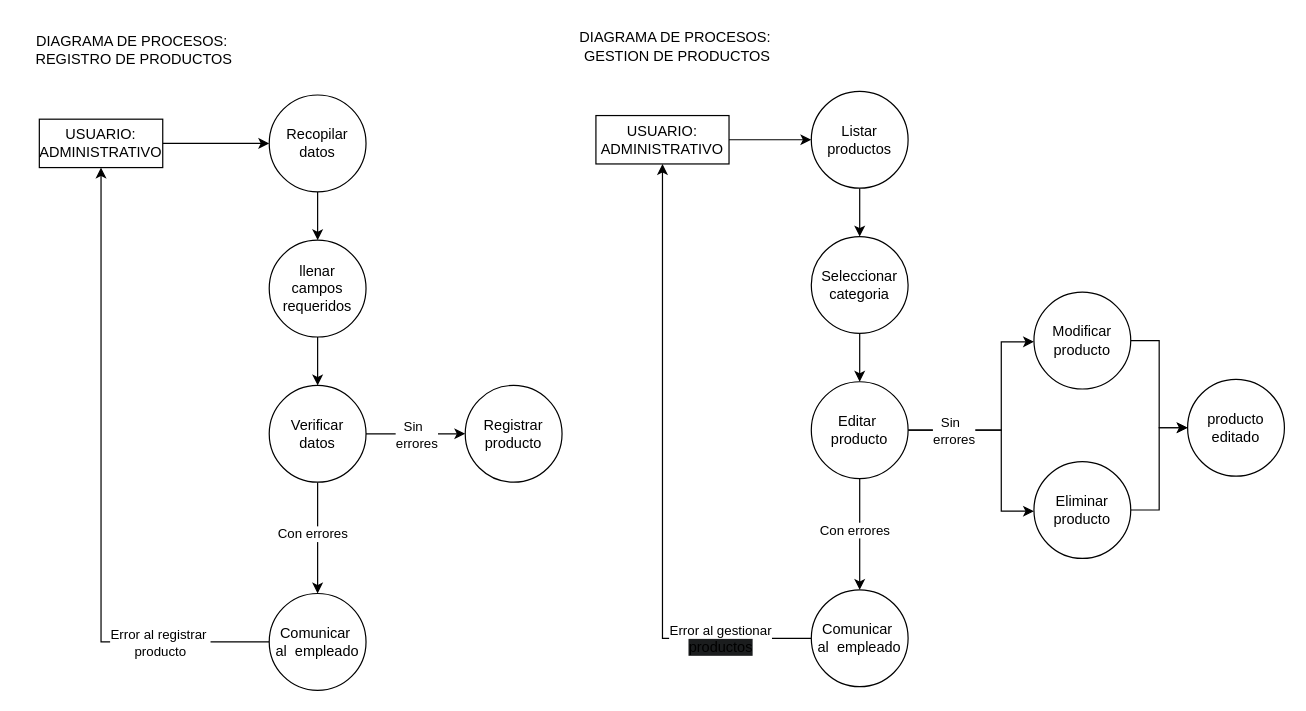
The draw.io diagram page "REGISTRAR PRODUCTOS" (4 of 6) of diagrama de procesos/Diagrama de procesos.drawio in DevMaik-Droid/SistemaVentas, before the edit. Source tidied: cells renumbered, new cells numbered last; positions are measured from the earlier drawing's top-left corner, leaving out a move shared by most shapes. Both pictures are drawn from the tidied source at 121%, with x=0, y=0 at pixel (24, 21).
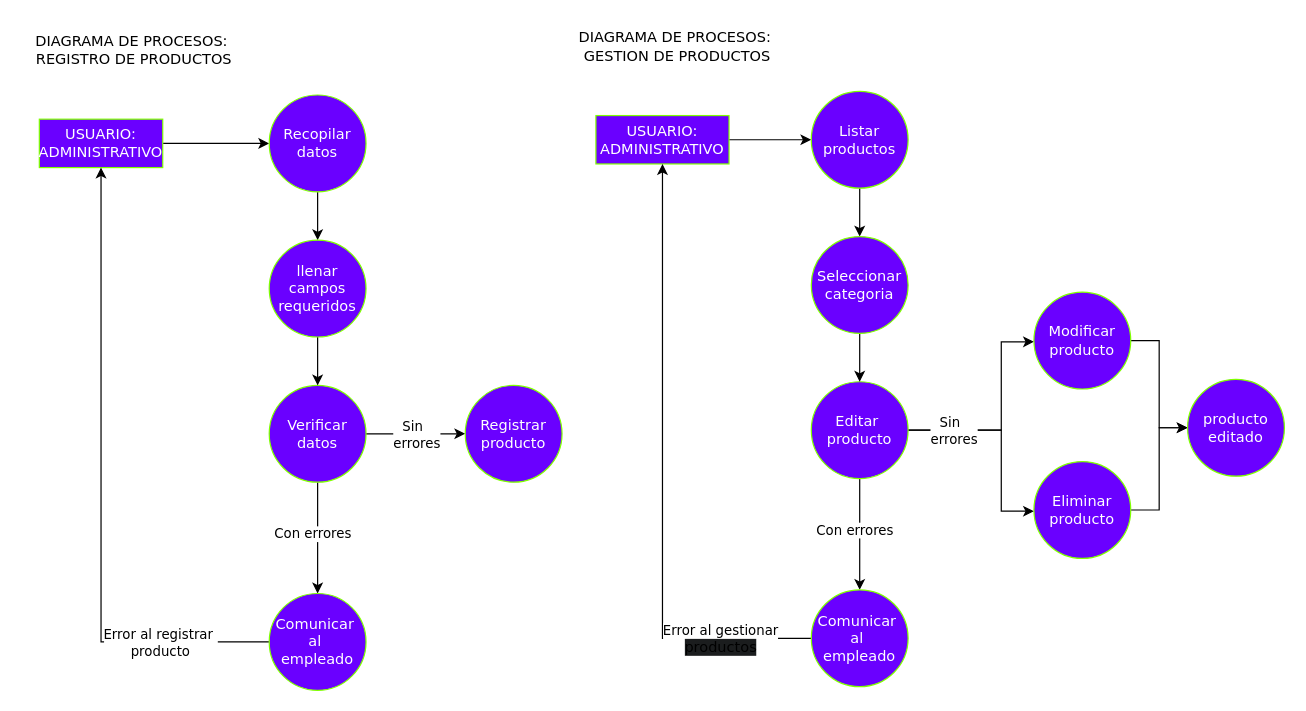
The same diagram, later.

Diff of the diagram source:
```diff
@@
-    <mxCell id="2" value="DIAGRAMA DE PROCESOS:&amp;nbsp;&lt;div&gt;&lt;span style=&quot;background-color: initial;&quot;&gt;REGISTRO DE PRODUCTOS&lt;/span&gt;&lt;/div&gt;" style="text;html=1;align=center;verticalAlign=middle;strokeColor=none;fillColor=none;" parent="1" vertex="1">
-      <mxGeometry y="3" width="180" height="41" as="geometry" />
+    <mxCell id="2" value="DIAGRAMA DE PROCESOS:&amp;nbsp;&lt;div&gt;&lt;span style=&quot;background-color: initial;&quot;&gt;REGISTRO DE PRODUCTOS&lt;/span&gt;&lt;/div&gt;" style="text;html=1;align=center;verticalAlign=middle;strokeColor=none;fillColor=none;fontFamily=Verdana;" parent="1" vertex="1">
+      <mxGeometry x="-3" y="3" width="186" height="41" as="geometry" />
     </mxCell>
-    <mxCell id="3" style="edgeStyle=orthogonalEdgeStyle;rounded=0;jettySize=auto;html=1;" parent="1" edge="1" source="4" target="6">
+    <mxCell id="3" style="edgeStyle=orthogonalEdgeStyle;rounded=0;jettySize=auto;html=1;fontFamily=Verdana;" parent="1" edge="1" source="4" target="6">
       <mxGeometry relative="1" as="geometry" />
     </mxCell>
-    <mxCell id="4" value="USUARIO:&lt;div&gt;ADMINISTRATIVO&lt;/div&gt;" style="whiteSpace=wrap;html=1;" parent="1" vertex="1">
+    <mxCell id="4" value="USUARIO:&lt;div&gt;ADMINISTRATIVO&lt;/div&gt;" style="whiteSpace=wrap;html=1;fillColor=#6a00ff;fontColor=#ffffff;strokeColor=#80FF00;fontFamily=Verdana;" parent="1" vertex="1">
       <mxGeometry x="12" y="81" width="102" height="40" as="geometry" />
     </mxCell>
-    <mxCell id="5" style="edgeStyle=orthogonalEdgeStyle;rounded=0;jettySize=auto;html=1;" parent="1" edge="1" source="6" target="17">
+    <mxCell id="5" style="edgeStyle=orthogonalEdgeStyle;rounded=0;jettySize=auto;html=1;fontFamily=Verdana;" parent="1" edge="1" source="6" target="17">
       <mxGeometry relative="1" as="geometry" />
     </mxCell>
-    <mxCell id="6" value="&lt;div&gt;Recopilar&lt;/div&gt;&lt;div&gt;datos&lt;/div&gt;" style="ellipse;whiteSpace=wrap;html=1;" parent="1" vertex="1">
+    <mxCell id="6" value="&lt;div&gt;Recopilar&lt;/div&gt;&lt;div&gt;datos&lt;/div&gt;" style="ellipse;whiteSpace=wrap;html=1;fillColor=#6a00ff;fontColor=#ffffff;strokeColor=#80FF00;fontFamily=Verdana;" parent="1" vertex="1">
       <mxGeometry x="202" y="61" width="80" height="80" as="geometry" />
     </mxCell>
-    <mxCell id="7" style="edgeStyle=orthogonalEdgeStyle;rounded=0;jettySize=auto;html=1;" parent="1" edge="1" source="11" target="14">
+    <mxCell id="7" style="edgeStyle=orthogonalEdgeStyle;rounded=0;jettySize=auto;html=1;fontFamily=Verdana;" parent="1" edge="1" source="11" target="14">
       <mxGeometry relative="1" as="geometry" />
     </mxCell>
-    <mxCell id="8" value="Con errores" style="edgeLabel;html=1;align=center;verticalAlign=middle;" parent="7" vertex="1">
+    <mxCell id="8" value="Con errores" style="edgeLabel;html=1;align=center;verticalAlign=middle;fontFamily=Verdana;" parent="7" vertex="1">
       <mxGeometry x="-0.39" y="-4" relative="1" as="geometry">
         <mxPoint x="-1" y="14" as="offset" />
       </mxGeometry>
     </mxCell>
-    <mxCell id="9" style="edgeStyle=orthogonalEdgeStyle;rounded=0;jettySize=auto;html=1;" parent="1" edge="1" source="11" target="15">
+    <mxCell id="9" style="edgeStyle=orthogonalEdgeStyle;rounded=0;jettySize=auto;html=1;fontFamily=Verdana;" parent="1" edge="1" source="11" target="15">
       <mxGeometry relative="1" as="geometry" />
     </mxCell>
-    <mxCell id="10" value="Sin&amp;nbsp;&amp;nbsp;&lt;div&gt;errores&lt;/div&gt;" style="edgeLabel;html=1;align=center;verticalAlign=middle;" parent="9" vertex="1">
+    <mxCell id="10" value="Sin&amp;nbsp;&amp;nbsp;&lt;div&gt;errores&lt;/div&gt;" style="edgeLabel;html=1;align=center;verticalAlign=middle;fontFamily=Verdana;" parent="9" vertex="1">
       <mxGeometry x="-0.25" y="-2" relative="1" as="geometry">
         <mxPoint x="10" y="-2" as="offset" />
       </mxGeometry>
     </mxCell>
-    <mxCell id="11" value="Verificar&lt;div&gt;datos&lt;/div&gt;" style="ellipse;whiteSpace=wrap;html=1;" parent="1" vertex="1">
+    <mxCell id="11" value="Verificar&lt;div&gt;datos&lt;/div&gt;" style="ellipse;whiteSpace=wrap;html=1;fillColor=#6a00ff;fontColor=#ffffff;strokeColor=#80FF00;fontFamily=Verdana;" parent="1" vertex="1">
       <mxGeometry x="202" y="301" width="80" height="80" as="geometry" />
     </mxCell>
-    <mxCell id="12" style="edgeStyle=orthogonalEdgeStyle;rounded=0;jettySize=auto;html=1;exitX=0;exitY=0.5;exitDx=0;exitDy=0;entryX=0.5;entryY=1;entryDx=0;entryDy=0;" parent="1" edge="1" source="14" target="4">
+    <mxCell id="12" style="edgeStyle=orthogonalEdgeStyle;rounded=0;jettySize=auto;html=1;exitX=0;exitY=0.5;exitDx=0;exitDy=0;entryX=0.5;entryY=1;entryDx=0;entryDy=0;fontFamily=Verdana;" parent="1" edge="1" source="14" target="4">
       <mxGeometry relative="1" as="geometry" />
     </mxCell>
-    <mxCell id="13" value="Error al registrar&amp;nbsp;&lt;div&gt;producto&lt;/div&gt;" style="edgeLabel;html=1;align=center;verticalAlign=middle;" parent="12" vertex="1">
+    <mxCell id="13" value="Error al registrar&amp;nbsp;&lt;div&gt;producto&lt;/div&gt;" style="edgeLabel;html=1;align=center;verticalAlign=middle;fontFamily=Verdana;" parent="12" vertex="1">
       <mxGeometry x="-0.55" y="-4" relative="1" as="geometry">
         <mxPoint x="28" y="4" as="offset" />
       </mxGeometry>
     </mxCell>
-    <mxCell id="14" value="Comunicar&amp;nbsp;&lt;div&gt;al&amp;nbsp; empleado&lt;/div&gt;" style="ellipse;whiteSpace=wrap;html=1;" parent="1" vertex="1">
+    <mxCell id="14" value="Comunicar&amp;nbsp;&lt;div&gt;al&amp;nbsp; empleado&lt;/div&gt;" style="ellipse;whiteSpace=wrap;html=1;fillColor=#6a00ff;fontColor=#ffffff;strokeColor=#80FF00;fontFamily=Verdana;" parent="1" vertex="1">
       <mxGeometry x="202" y="473" width="80" height="80" as="geometry" />
     </mxCell>
-    <mxCell id="15" value="Registrar&lt;div&gt;producto&lt;/div&gt;" style="ellipse;whiteSpace=wrap;html=1;" parent="1" vertex="1">
+    <mxCell id="15" value="Registrar&lt;div&gt;producto&lt;/div&gt;" style="ellipse;whiteSpace=wrap;html=1;fillColor=#6a00ff;fontColor=#ffffff;strokeColor=#80FF00;fontFamily=Verdana;" parent="1" vertex="1">
       <mxGeometry x="364" y="301" width="80" height="80" as="geometry" />
     </mxCell>
-    <mxCell id="16" style="edgeStyle=orthogonalEdgeStyle;rounded=0;jettySize=auto;html=1;" parent="1" edge="1" source="17" target="11">
+    <mxCell id="16" style="edgeStyle=orthogonalEdgeStyle;rounded=0;jettySize=auto;html=1;fontFamily=Verdana;" parent="1" edge="1" source="17" target="11">
       <mxGeometry relative="1" as="geometry" />
     </mxCell>
-    <mxCell id="17" value="&lt;div&gt;llenar&lt;/div&gt;&lt;div&gt;campos requeridos&lt;/div&gt;" style="ellipse;whiteSpace=wrap;html=1;" parent="1" vertex="1">
+    <mxCell id="17" value="&lt;div&gt;llenar&lt;/div&gt;&lt;div&gt;campos requeridos&lt;/div&gt;" style="ellipse;whiteSpace=wrap;html=1;fillColor=#6a00ff;fontColor=#ffffff;strokeColor=#80FF00;fontFamily=Verdana;" parent="1" vertex="1">
       <mxGeometry x="202" y="181" width="80" height="80" as="geometry" />
     </mxCell>
-    <mxCell id="18" value="DIAGRAMA DE PROCESOS:&amp;nbsp;&lt;div&gt;&lt;span style=&quot;background-color: initial;&quot;&gt;GESTION DE PRODUCTOS&lt;/span&gt;&lt;/div&gt;" style="text;html=1;align=center;verticalAlign=middle;strokeColor=none;fillColor=none;" parent="1" vertex="1">
-      <mxGeometry x="449" width="179" height="41" as="geometry" />
+    <mxCell id="18" value="DIAGRAMA DE PROCESOS:&amp;nbsp;&lt;div&gt;&lt;span style=&quot;background-color: initial;&quot;&gt;GESTION DE PRODUCTOS&lt;/span&gt;&lt;/div&gt;" style="text;html=1;align=center;verticalAlign=middle;strokeColor=none;fillColor=none;fontFamily=Verdana;" parent="1" vertex="1">
+      <mxGeometry x="446" width="186" height="41" as="geometry" />
     </mxCell>
-    <mxCell id="19" style="edgeStyle=orthogonalEdgeStyle;rounded=0;jettySize=auto;html=1;" parent="1" edge="1" source="20" target="22">
+    <mxCell id="19" style="edgeStyle=orthogonalEdgeStyle;rounded=0;jettySize=auto;html=1;fontFamily=Verdana;" parent="1" edge="1" source="20" target="22">
       <mxGeometry relative="1" as="geometry" />
     </mxCell>
-    <mxCell id="20" value="USUARIO:&lt;div&gt;ADMINISTRATIVO&lt;/div&gt;" style="whiteSpace=wrap;html=1;" parent="1" vertex="1">
+    <mxCell id="20" value="USUARIO:&lt;div&gt;ADMINISTRATIVO&lt;/div&gt;" style="whiteSpace=wrap;html=1;fillColor=#6a00ff;fontColor=#ffffff;strokeColor=#80FF00;fontFamily=Verdana;" parent="1" vertex="1">
       <mxGeometry x="472" y="78" width="110" height="40" as="geometry" />
     </mxCell>
-    <mxCell id="21" style="edgeStyle=orthogonalEdgeStyle;rounded=0;jettySize=auto;html=1;" parent="1" edge="1" source="22" target="35">
+    <mxCell id="21" style="edgeStyle=orthogonalEdgeStyle;rounded=0;jettySize=auto;html=1;fontFamily=Verdana;" parent="1" edge="1" source="22" target="35">
       <mxGeometry relative="1" as="geometry" />
     </mxCell>
-    <mxCell id="22" value="Listar&lt;div&gt;productos&lt;/div&gt;" style="ellipse;whiteSpace=wrap;html=1;" parent="1" vertex="1">
+    <mxCell id="22" value="Listar&lt;div&gt;productos&lt;/div&gt;" style="ellipse;whiteSpace=wrap;html=1;fillColor=#6a00ff;fontColor=#ffffff;strokeColor=#80FF00;fontFamily=Verdana;" parent="1" vertex="1">
       <mxGeometry x="650" y="58" width="80" height="80" as="geometry" />
     </mxCell>
-    <mxCell id="23" style="edgeStyle=orthogonalEdgeStyle;rounded=0;jettySize=auto;html=1;" parent="1" edge="1" source="28" target="31">
+    <mxCell id="23" style="edgeStyle=orthogonalEdgeStyle;rounded=0;jettySize=auto;html=1;fontFamily=Verdana;" parent="1" edge="1" source="28" target="31">
       <mxGeometry relative="1" as="geometry" />
     </mxCell>
-    <mxCell id="24" value="Con errores" style="edgeLabel;html=1;align=center;verticalAlign=middle;" parent="23" vertex="1">
+    <mxCell id="24" value="Con errores" style="edgeLabel;html=1;align=center;verticalAlign=middle;fontFamily=Verdana;" parent="23" vertex="1">
       <mxGeometry x="-0.39" y="-4" relative="1" as="geometry">
         <mxPoint x="-1" y="14" as="offset" />
       </mxGeometry>
     </mxCell>
-    <mxCell id="25" style="edgeStyle=orthogonalEdgeStyle;rounded=0;jettySize=auto;html=1;" parent="1" edge="1" source="28" target="33">
+    <mxCell id="25" style="edgeStyle=orthogonalEdgeStyle;rounded=0;jettySize=auto;html=1;fontFamily=Verdana;" parent="1" edge="1" source="28" target="33">
       <mxGeometry relative="1" as="geometry">
         <Array as="points">
           <mxPoint x="807" y="338" />
           <mxPoint x="807" y="265" />
         </Array>
       </mxGeometry>
     </mxCell>
-    <mxCell id="26" style="edgeStyle=orthogonalEdgeStyle;rounded=0;jettySize=auto;html=1;" parent="1" edge="1" source="28" target="37">
+    <mxCell id="26" style="edgeStyle=orthogonalEdgeStyle;rounded=0;jettySize=auto;html=1;fontFamily=Verdana;" parent="1" edge="1" source="28" target="37">
       <mxGeometry relative="1" as="geometry">
         <Array as="points">
           <mxPoint x="807" y="338" />
           <mxPoint x="807" y="405" />
         </Array>
       </mxGeometry>
     </mxCell>
-    <mxCell id="27" value="Sin&amp;nbsp;&amp;nbsp;&lt;div&gt;errores&lt;/div&gt;" style="edgeLabel;html=1;align=center;verticalAlign=middle;" parent="26" vertex="1">
+    <mxCell id="27" value="Sin&amp;nbsp;&amp;nbsp;&lt;div&gt;errores&lt;/div&gt;" style="edgeLabel;html=1;align=center;verticalAlign=middle;fontFamily=Verdana;" parent="26" vertex="1">
       <mxGeometry x="-0.46" relative="1" as="geometry">
         <mxPoint x="-9" as="offset" />
       </mxGeometry>
     </mxCell>
-    <mxCell id="28" value="Editar&amp;nbsp;&lt;div&gt;producto&lt;/div&gt;" style="ellipse;whiteSpace=wrap;html=1;" parent="1" vertex="1">
+    <mxCell id="28" value="Editar&amp;nbsp;&lt;div&gt;producto&lt;/div&gt;" style="ellipse;whiteSpace=wrap;html=1;fillColor=#6a00ff;fontColor=#ffffff;strokeColor=#80FF00;fontFamily=Verdana;" parent="1" vertex="1">
       <mxGeometry x="650" y="298" width="80" height="80" as="geometry" />
     </mxCell>
-    <mxCell id="29" style="edgeStyle=orthogonalEdgeStyle;rounded=0;jettySize=auto;html=1;exitX=0;exitY=0.5;exitDx=0;exitDy=0;entryX=0.5;entryY=1;entryDx=0;entryDy=0;" parent="1" edge="1" source="31" target="20">
+    <mxCell id="29" style="edgeStyle=orthogonalEdgeStyle;rounded=0;jettySize=auto;html=1;exitX=0;exitY=0.5;exitDx=0;exitDy=0;entryX=0.5;entryY=1;entryDx=0;entryDy=0;fontFamily=Verdana;" parent="1" edge="1" source="31" target="20">
       <mxGeometry relative="1" as="geometry" />
     </mxCell>
-    <mxCell id="30" value="Error al gestionar&lt;div&gt;&lt;span style=&quot;background-color: rgb(27, 29, 30); font-size: 12px; text-wrap: wrap;&quot;&gt;productos&lt;/span&gt;&lt;/div&gt;" style="edgeLabel;html=1;align=center;verticalAlign=middle;" parent="29" vertex="1">
+    <mxCell id="30" value="Error al gestionar&lt;div&gt;&lt;span style=&quot;background-color: rgb(27, 29, 30); font-size: 12px; text-wrap: wrap;&quot;&gt;productos&lt;/span&gt;&lt;/div&gt;" style="edgeLabel;html=1;align=center;verticalAlign=middle;fontFamily=Verdana;" parent="29" vertex="1">
       <mxGeometry x="-0.55" y="-4" relative="1" as="geometry">
         <mxPoint x="40" y="4" as="offset" />
       </mxGeometry>
     </mxCell>
-    <mxCell id="31" value="Comunicar&amp;nbsp;&lt;div&gt;al&amp;nbsp; empleado&lt;/div&gt;" style="ellipse;whiteSpace=wrap;html=1;" parent="1" vertex="1">
+    <mxCell id="31" value="Comunicar&amp;nbsp;&lt;div&gt;al&amp;nbsp; empleado&lt;/div&gt;" style="ellipse;whiteSpace=wrap;html=1;fillColor=#6a00ff;fontColor=#ffffff;strokeColor=#80FF00;fontFamily=Verdana;" parent="1" vertex="1">
       <mxGeometry x="650" y="470" width="80" height="80" as="geometry" />
     </mxCell>
-    <mxCell id="32" style="edgeStyle=orthogonalEdgeStyle;rounded=0;jettySize=auto;html=1;" parent="1" edge="1" source="33" target="38">
+    <mxCell id="32" style="edgeStyle=orthogonalEdgeStyle;rounded=0;jettySize=auto;html=1;fontFamily=Verdana;" parent="1" edge="1" source="33" target="38">
       <mxGeometry relative="1" as="geometry" />
     </mxCell>
-    <mxCell id="33" value="&lt;div&gt;Modificar&lt;/div&gt;&lt;div&gt;producto&lt;br&gt;&lt;/div&gt;" style="ellipse;whiteSpace=wrap;html=1;" parent="1" vertex="1">
+    <mxCell id="33" value="&lt;div&gt;Modificar&lt;/div&gt;&lt;div&gt;producto&lt;br&gt;&lt;/div&gt;" style="ellipse;whiteSpace=wrap;html=1;fillColor=#6a00ff;fontColor=#ffffff;strokeColor=#80FF00;fontFamily=Verdana;" parent="1" vertex="1">
       <mxGeometry x="834" y="224" width="80" height="80" as="geometry" />
     </mxCell>
-    <mxCell id="34" style="edgeStyle=orthogonalEdgeStyle;rounded=0;jettySize=auto;html=1;" parent="1" edge="1" source="35" target="28">
+    <mxCell id="34" style="edgeStyle=orthogonalEdgeStyle;rounded=0;jettySize=auto;html=1;fontFamily=Verdana;" parent="1" edge="1" source="35" target="28">
       <mxGeometry relative="1" as="geometry" />
     </mxCell>
-    <mxCell id="35" value="&lt;div&gt;Seleccionar&lt;/div&gt;&lt;div&gt;categoria&lt;/div&gt;" style="ellipse;whiteSpace=wrap;html=1;" parent="1" vertex="1">
+    <mxCell id="35" value="&lt;div&gt;Seleccionar&lt;/div&gt;&lt;div&gt;categoria&lt;/div&gt;" style="ellipse;whiteSpace=wrap;html=1;fillColor=#6a00ff;fontColor=#ffffff;strokeColor=#80FF00;fontFamily=Verdana;" parent="1" vertex="1">
       <mxGeometry x="650" y="178" width="80" height="80" as="geometry" />
     </mxCell>
-    <mxCell id="36" style="edgeStyle=orthogonalEdgeStyle;rounded=0;jettySize=auto;html=1;" parent="1" edge="1" source="37" target="38">
+    <mxCell id="36" style="edgeStyle=orthogonalEdgeStyle;rounded=0;jettySize=auto;html=1;fontFamily=Verdana;" parent="1" edge="1" source="37" target="38">
       <mxGeometry relative="1" as="geometry" />
     </mxCell>
-    <mxCell id="37" value="Eliminar&lt;div&gt;producto&lt;br&gt;&lt;/div&gt;" style="ellipse;whiteSpace=wrap;html=1;" parent="1" vertex="1">
+    <mxCell id="37" value="Eliminar&lt;div&gt;producto&lt;br&gt;&lt;/div&gt;" style="ellipse;whiteSpace=wrap;html=1;fillColor=#6a00ff;fontColor=#ffffff;strokeColor=#80FF00;fontFamily=Verdana;" parent="1" vertex="1">
       <mxGeometry x="834" y="364" width="80" height="80" as="geometry" />
     </mxCell>
-    <mxCell id="38" value="&lt;div&gt;producto&lt;br&gt;&lt;/div&gt;&lt;div&gt;editado&lt;/div&gt;" style="ellipse;whiteSpace=wrap;html=1;" parent="1" vertex="1">
+    <mxCell id="38" value="&lt;div&gt;producto&lt;br&gt;&lt;/div&gt;&lt;div&gt;editado&lt;/div&gt;" style="ellipse;whiteSpace=wrap;html=1;fillColor=#6a00ff;fontColor=#ffffff;strokeColor=#80FF00;fontFamily=Verdana;" parent="1" vertex="1">
       <mxGeometry x="961" y="296" width="80" height="80" as="geometry" />
     </mxCell>
```
